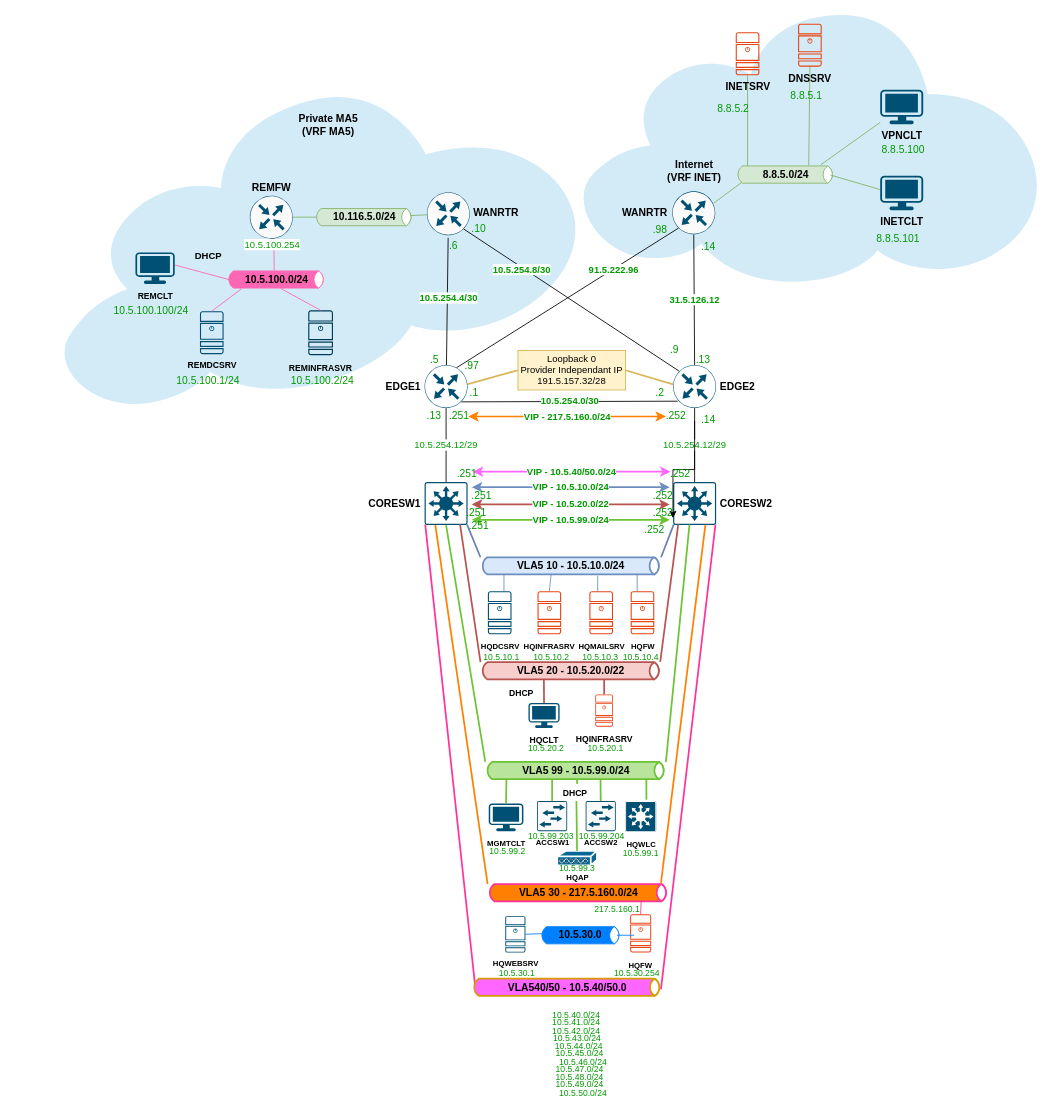
Earlier version of the draw.io diagram page "Logical - Layer 3 - Etudiants" (2 of 6) of SAE501-2024-étudiants.drawio (Nayrekk/SAE501). Source tidied: cells renumbered, new cells numbered last; positions are measured from the earlier drawing's top-left corner, leaving out a move shared by most shapes. Both pictures are drawn from the tidied source at 86%, with x=0, y=0 at pixel (40, 15).
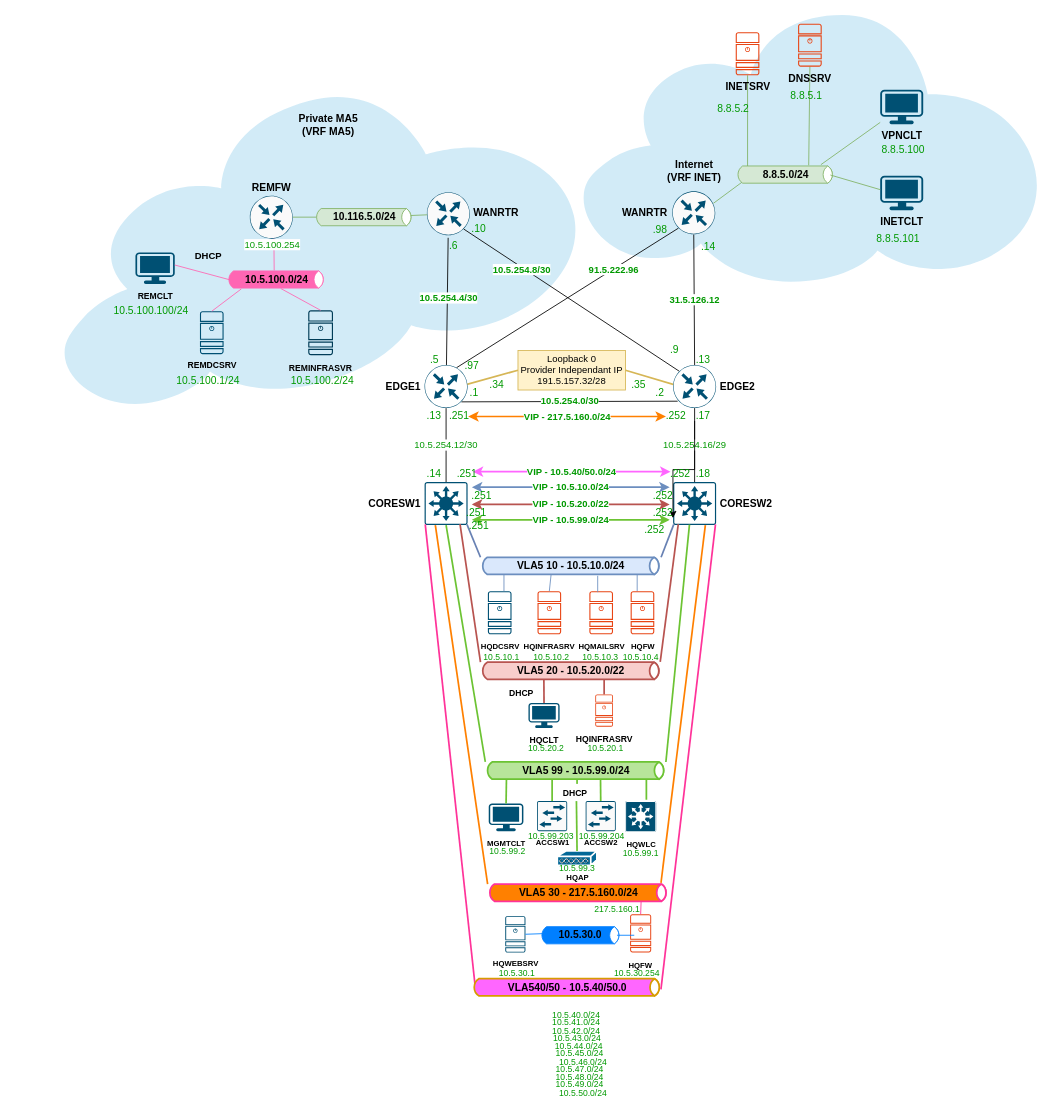
After the change.

Unchanged cells that the change refers to:
```xml
<mxCell id="7" value="CORESW1" style="points=[[0.015,0.015,0],[0.985,0.015,0],[0.985,0.985,0],[0.015,0.985,0],[0.25,0,0],[0.5,0,0],[0.75,0,0],[1,0.25,0],[1,0.5,0],[1,0.75,0],[0.75,1,0],[0.5,1,0],[0.25,1,0],[0,0.75,0],[0,0.5,0],[0,0.25,0]];verticalLabelPosition=middle;html=1;verticalAlign=middle;align=right;shape=mxgraph.cisco19.rect;prIcon=l3_switch;strokeColor=#005073;labelPosition=left;fontStyle=1;spacingRight=3;" parent="1" vertex="1">
  <mxGeometry x="446.2" y="543" width="50" height="50" as="geometry" />
</mxCell>
<mxCell id="8" value="CORESW2" style="points=[[0.015,0.015,0],[0.985,0.015,0],[0.985,0.985,0],[0.015,0.985,0],[0.25,0,0],[0.5,0,0],[0.75,0,0],[1,0.25,0],[1,0.5,0],[1,0.75,0],[0.75,1,0],[0.5,1,0],[0.25,1,0],[0,0.75,0],[0,0.5,0],[0,0.25,0]];verticalLabelPosition=middle;html=1;verticalAlign=middle;align=left;shape=mxgraph.cisco19.rect;prIcon=l3_switch;strokeColor=#005073;labelPosition=right;fontStyle=1;spacingLeft=3;" parent="1" vertex="1">
  <mxGeometry x="735.2" y="543" width="50" height="50" as="geometry" />
</mxCell>
<mxCell id="82" value="EDGE1" style="points=[[0.5,0,0],[1,0.5,0],[0.5,1,0],[0,0.5,0],[0.145,0.145,0],[0.8555,0.145,0],[0.855,0.8555,0],[0.145,0.855,0]];verticalLabelPosition=middle;html=1;verticalAlign=middle;align=right;shape=mxgraph.cisco19.rect;prIcon=router;strokeColor=#005073;labelPosition=left;fontStyle=1;spacingRight=3;" parent="1" vertex="1">
  <mxGeometry x="446.2" y="407" width="50" height="50" as="geometry" />
</mxCell>
<mxCell id="83" value="EDGE2" style="points=[[0.5,0,0],[1,0.5,0],[0.5,1,0],[0,0.5,0],[0.145,0.145,0],[0.8555,0.145,0],[0.855,0.8555,0],[0.145,0.855,0]];verticalLabelPosition=middle;html=1;verticalAlign=middle;align=left;shape=mxgraph.cisco19.rect;prIcon=router;strokeColor=#005073;labelPosition=right;fontStyle=1;spacingLeft=3;" parent="1" vertex="1">
  <mxGeometry x="735.2" y="407" width="50" height="50" as="geometry" />
</mxCell>
```

Diff of the diagram source:
```diff
@@
-    <mxCell id="5" value="10.5.254.12/29" style="edgeStyle=none;rounded=0;jettySize=auto;html=1;exitX=0.5;exitY=1;exitDx=0;exitDy=0;exitPerimeter=0;entryX=0.5;entryY=0;entryDx=0;entryDy=0;entryPerimeter=0;endArrow=none;endFill=0;strokeWidth=1;fontSize=11;fontColor=#009900;" parent="1" edge="1" source="82" target="7">
+    <mxCell id="5" value="10.5.254.12/30" style="edgeStyle=none;rounded=0;jettySize=auto;html=1;exitX=0.5;exitY=1;exitDx=0;exitDy=0;exitPerimeter=0;entryX=0.5;entryY=0;entryDx=0;entryDy=0;entryPerimeter=0;endArrow=none;endFill=0;strokeWidth=1;fontSize=11;fontColor=#009900;" parent="1" edge="1" source="82" target="7">
       <mxGeometry relative="1" as="geometry" />
     </mxCell>
@@
-    <mxCell id="9" value="10.5.254.12/29" style="edgeStyle=none;rounded=0;jettySize=auto;html=1;exitX=0.5;exitY=1;exitDx=0;exitDy=0;exitPerimeter=0;entryX=0.5;entryY=0;entryDx=0;entryDy=0;entryPerimeter=0;endArrow=none;endFill=0;strokeWidth=1;fontSize=11;fontColor=#009900;" parent="1" edge="1" source="83" target="8">
+    <mxCell id="9" value="10.5.254.16/29" style="edgeStyle=none;rounded=0;jettySize=auto;html=1;exitX=0.5;exitY=1;exitDx=0;exitDy=0;exitPerimeter=0;entryX=0.5;entryY=0;entryDx=0;entryDy=0;entryPerimeter=0;endArrow=none;endFill=0;strokeWidth=1;fontSize=11;fontColor=#009900;" parent="1" edge="1" source="83" target="8">
       <mxGeometry relative="1" as="geometry" />
     </mxCell>
@@
     <mxCell id="154" value="&lt;font color=&quot;#009900&quot;&gt;.14&lt;/font&gt;" style="text;whiteSpace=wrap;html=1;" parent="1" vertex="1">
-      <mxGeometry x="765.5" y="457" width="70" height="20" as="geometry" />
+      <mxGeometry x="446.8" y="520" width="70" height="20" as="geometry" />
     </mxCell>
+    <mxCell id="155" value="&lt;font color=&quot;#009900&quot;&gt;.34&lt;/font&gt;" style="text;whiteSpace=wrap;html=1;" parent="1" vertex="1">
+      <mxGeometry x="519.5" y="416" width="70" height="20" as="geometry" />
+    </mxCell>
+    <mxCell id="156" value="&lt;font color=&quot;#009900&quot;&gt;.35&lt;/font&gt;" style="text;whiteSpace=wrap;html=1;" parent="1" vertex="1">
+      <mxGeometry x="685.2" y="416" width="70" height="20" as="geometry" />
+    </mxCell>
+    <mxCell id="157" value="&lt;font color=&quot;#009900&quot;&gt;.17&lt;/font&gt;" style="text;whiteSpace=wrap;html=1;" parent="1" vertex="1">
+      <mxGeometry x="760" y="452" width="70" height="20" as="geometry" />
+    </mxCell>
+    <mxCell id="158" value="&lt;font color=&quot;#009900&quot;&gt;.18&lt;/font&gt;" style="text;whiteSpace=wrap;html=1;" parent="1" vertex="1">
+      <mxGeometry x="760" y="520" width="70" height="20" as="geometry" />
+    </mxCell>
```
